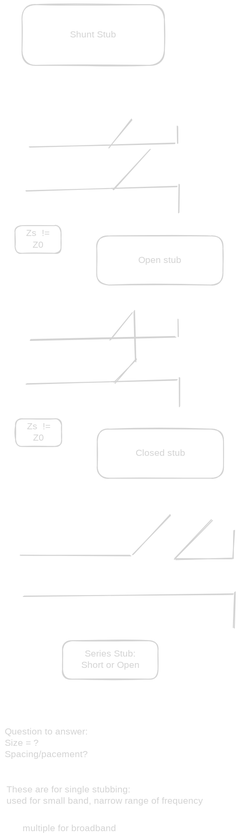
waraunika/Note-7thsem keeps this Excalidraw diagram as rf and microwave.excalidraw.svg. Above is the earlier version. Source tidied: one line per element, renumbered; positions are measured from the earlier drawing's top-left corner, leaving out a move shared by most shapes.
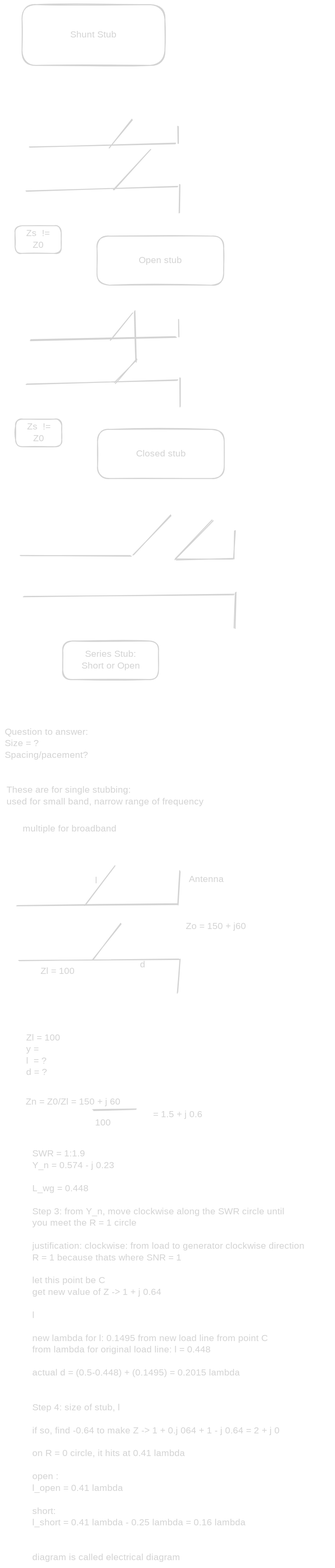
The same diagram one commit later.

What changed in the source:
```diff
@@ -33,3 +33,20 @@
 {"id": 32, "type": "text", "text": "Question to answer:\nSize = ?\nSpacing/pacement?", "strokeColor": "#1e1e1e", "strokeWidth": 2, "roughness": 1, "fontSize": 20, "fontFamily": 5, "x": 0, "y": 1566, "width": 196, "height": 75}
 {"id": 33, "type": "text", "text": "These are for single stubbing:\nused for small band, narrow range of frequency", "strokeColor": "#1e1e1e", "strokeWidth": 2, "roughness": 1, "fontSize": 20, "fontFamily": 5, "x": 4, "y": 1692, "width": 456, "height": 50}
 {"id": 34, "type": "text", "text": "multiple for broadband", "strokeColor": "#1e1e1e", "strokeWidth": 2, "roughness": 1, "fontSize": 20, "fontFamily": 5, "x": 39, "y": 1776, "width": 217, "height": 25}
+{"id": 35, "type": "line", "strokeColor": "#1e1e1e", "strokeWidth": 2, "roughness": 1, "round": true, "x": 27, "y": 1954, "width": 347, "height": 2, "points": [[0, 0], [347, -2]]}
+{"id": 36, "type": "line", "strokeColor": "#1e1e1e", "strokeWidth": 2, "roughness": 1, "round": true, "x": 31, "y": 2073, "width": 347, "height": 2, "points": [[0, 0], [347, -2]]}
+{"id": 37, "type": "line", "strokeColor": "#1e1e1e", "strokeWidth": 2, "roughness": 1, "round": true, "x": 375, "y": 1952, "width": 5, "height": 71, "points": [[0, 0], [5, -71]]}
+{"id": 38, "type": "line", "strokeColor": "#1e1e1e", "strokeWidth": 2, "roughness": 1, "round": true, "x": 374, "y": 2143, "width": 5, "height": 71, "points": [[0, 0], [5, -71]]}
+{"id": 39, "type": "text", "text": "Zl = 100", "strokeColor": "#1e1e1e", "strokeWidth": 2, "roughness": 1, "fontSize": 20, "fontFamily": 5, "x": 78, "y": 2085, "width": 83, "height": 25}
+{"id": 40, "type": "text", "text": "Zo = 150 + j60", "strokeColor": "#1e1e1e", "strokeWidth": 2, "roughness": 1, "fontSize": 20, "fontFamily": 5, "x": 392, "y": 1987, "width": 162, "height": 25}
+{"id": 41, "type": "text", "text": "Antenna", "strokeColor": "#1e1e1e", "strokeWidth": 2, "roughness": 1, "fontSize": 20, "fontFamily": 5, "x": 399, "y": 1886, "width": 78, "height": 25}
+{"id": 42, "type": "text", "text": "Zl = 100\ny = \nl  = ?\nd = ?", "strokeColor": "#1e1e1e", "strokeWidth": 2, "roughness": 1, "fontSize": 20, "fontFamily": 5, "x": 46, "y": 2229, "width": 83, "height": 100}
+{"id": 43, "type": "text", "text": "Zn = Z0/Zl = 150 + j 60", "strokeColor": "#1e1e1e", "strokeWidth": 2, "roughness": 1, "fontSize": 20, "fontFamily": 5, "x": 45, "y": 2368, "width": 245, "height": 25}
+{"id": 44, "type": "line", "strokeColor": "#1e1e1e", "strokeWidth": 2, "roughness": 1, "round": true, "x": 191, "y": 2398, "width": 94, "height": 1, "points": [[0, 0], [94, -1]]}
+{"id": 45, "type": "text", "text": "100", "strokeColor": "#1e1e1e", "strokeWidth": 2, "roughness": 1, "fontSize": 20, "fontFamily": 5, "x": 196, "y": 2414, "width": 35, "height": 25}
+{"id": 46, "type": "text", "text": "= 1.5 + j 0.6", "strokeColor": "#1e1e1e", "strokeWidth": 2, "roughness": 1, "fontSize": 20, "fontFamily": 5, "x": 321, "y": 2396, "width": 118, "height": 25}
+{"id": 47, "type": "text", "text": "SWR = 1:1.9\nY_n = 0.574 - j 0.23\n\nL_wg = 0.448\n\nStep 3: from Y_n, move clockwise along the SWR circle until \nyou meet the R = 1 circle\n\njustification: clockwise: from load to generator clockwise direction\nR = 1 because thats where SNR = 1\n\nlet this point be C\nget new value of Z -> 1 + j 0.64\n\nl\n\nnew lambda for l: 0.1495 from new load line from point C\nfrom lambda for original load line: l = 0.448\n\nactual d = (0.5-0.448) + (0.1495) = 0.2015 lambda\n\n\nStep 4: size of stub, l\n\nif so, find -0.64 to make Z -> 1 + 0.j 064 + 1 - j 0.64 = 2 + j 0\n\non R = 0 circle, it hits at 0.41 lambda\n\nopen :\nl_open = 0.41 lambda\n\nshort:\nl_short = 0.41 lambda - 0.25 lambda = 0.16 lambda\n\n\ndiagram is called electrical diagram", "strokeColor": "#1e1e1e", "strokeWidth": 2, "roughness": 1, "fontSize": 20, "fontFamily": 5, "x": 60, "y": 2481, "width": 645, "height": 900}
+{"id": 48, "type": "line", "strokeColor": "#1e1e1e", "strokeWidth": 2, "roughness": 1, "round": true, "x": 174, "y": 1954, "width": 64, "height": 86, "points": [[0, 0], [64, -86]]}
+{"id": 49, "type": "line", "strokeColor": "#1e1e1e", "strokeWidth": 2, "roughness": 1, "round": true, "x": 191, "y": 2072, "width": 61, "height": 78, "points": [[0, 0], [61, -78]]}
+{"id": 50, "type": "text", "text": "d", "strokeColor": "#1e1e1e", "strokeWidth": 2, "roughness": 1, "fontSize": 20, "fontFamily": 5, "x": 293, "y": 2070, "width": 12, "height": 25}
+{"id": 51, "type": "text", "text": "l", "strokeColor": "#1e1e1e", "strokeWidth": 2, "roughness": 1, "fontSize": 20, "fontFamily": 5, "x": 196, "y": 1888, "width": 4, "height": 25}
```
